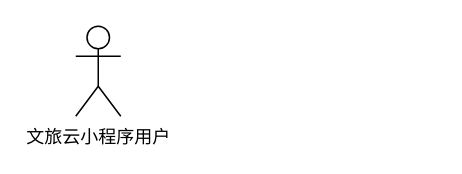
Earlier version of the draw.io diagram 积分商城.drawio (z-cloud-z/draw). Source tidied: cells renumbered, new cells numbered last; positions are measured from the earlier drawing's top-left corner, leaving out a move shared by most shapes. Both pictures are drawn from the tidied source at 150%, with x=0, y=0 at pixel (75, 26).
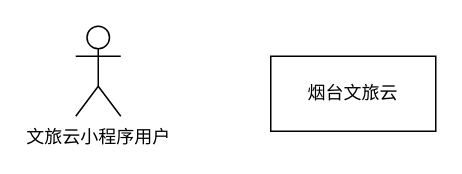
Above is the later version.

Commit message (it also covers changes not shown here):
更新积分商城.drawio

The edit, as a diff of the source:
```diff
@@
 <mxGraphModel>
   <root>
     <mxCell id="0" />
     <mxCell id="1" parent="0" />
     <mxCell id="2" value="文旅云小程序用户" style="shape=umlActor;verticalLabelPosition=bottom;verticalAlign=top;html=1;" parent="1" vertex="1">
       <mxGeometry width="30" height="60" as="geometry" />
     </mxCell>
+    <mxCell id="3" value="烟台文旅云" style="html=1;whiteSpace=wrap;" parent="1" vertex="1">
+      <mxGeometry x="130" y="20" width="110" height="50" as="geometry" />
+    </mxCell>
   </root>
 </mxGraphModel>
```
